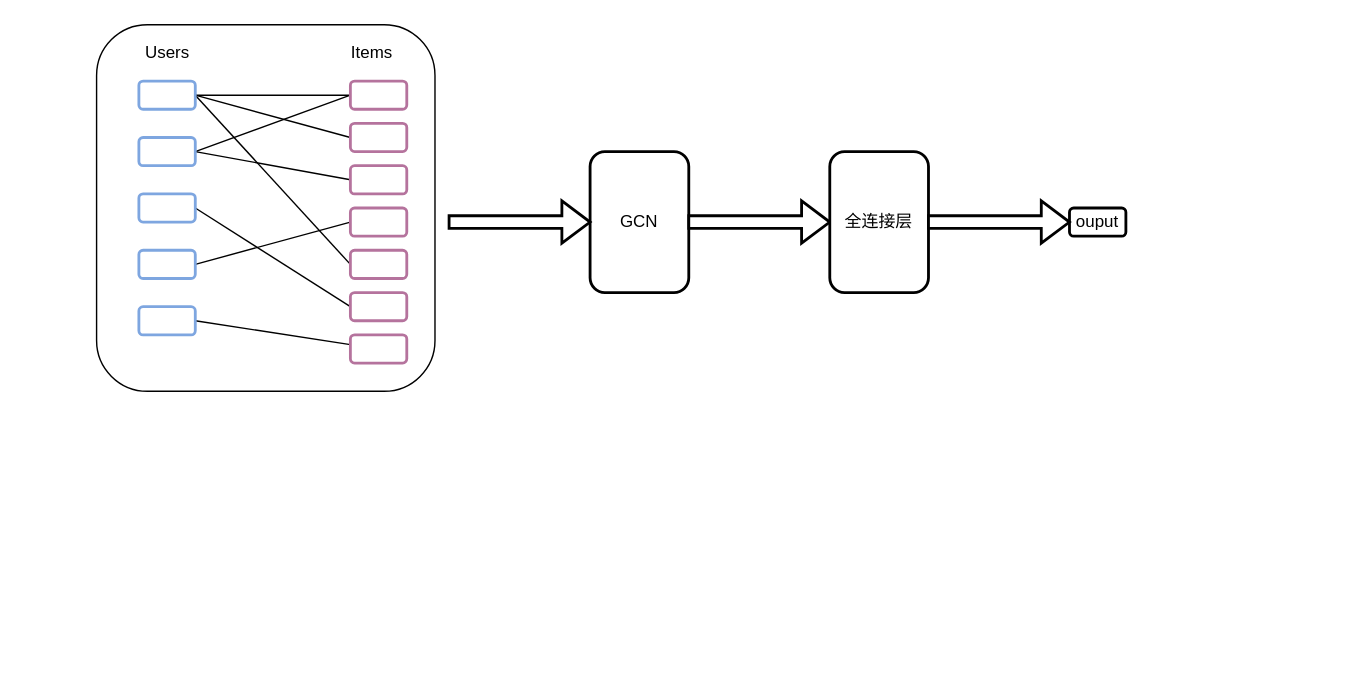
Above: GCN.drawio in hqius/draw (draw.io), before the change. Source tidied: cells renumbered, new cells numbered last; positions are measured from the earlier drawing's top-left corner, leaving out a move shared by most shapes. Both pictures are drawn from the tidied source at 141%, with x=0, y=0 at pixel (96, 24).
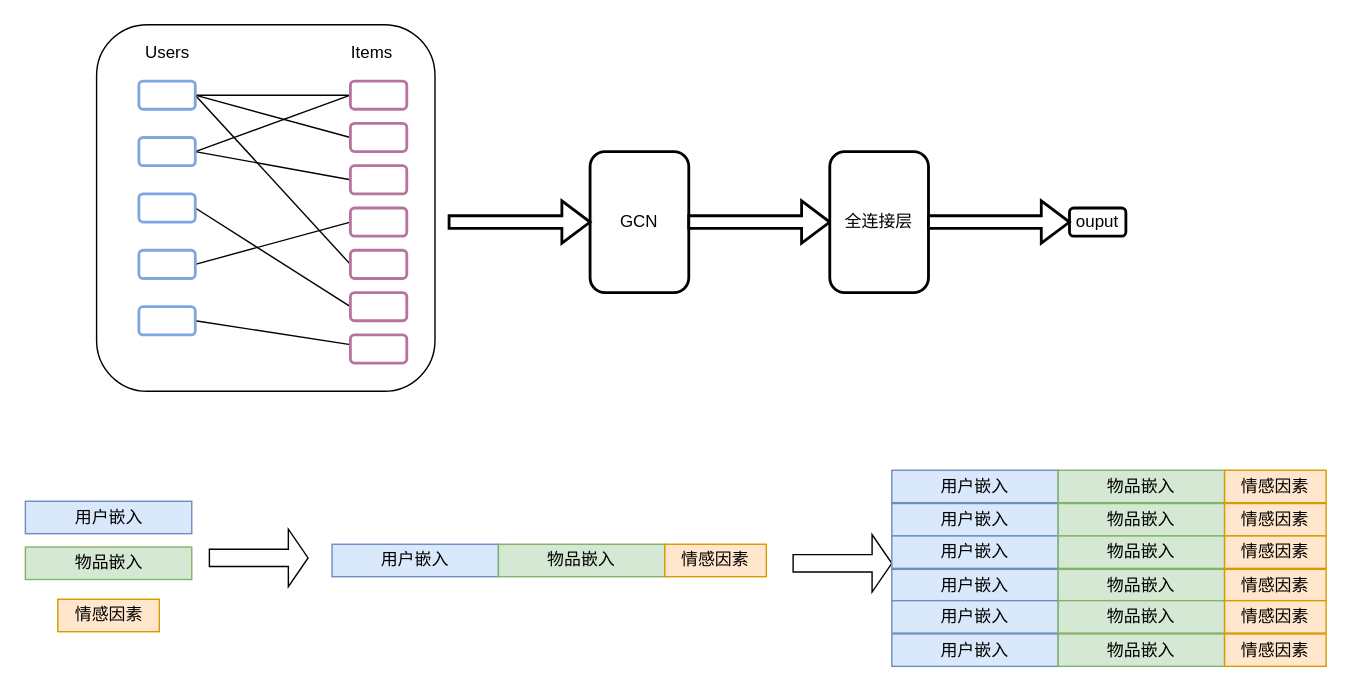
Above is the later version.

Diff of the diagram source:
```diff
@@
+    <mxCell id="31" value="用户嵌入" style="rounded=0;whiteSpace=wrap;html=1;fillColor=#dae8fc;strokeColor=#6c8ebf;" parent="1" vertex="1">
+      <mxGeometry x="167" y="368.5" width="118" height="23" as="geometry" />
+    </mxCell>
+    <mxCell id="32" value="物品嵌入" style="rounded=0;whiteSpace=wrap;html=1;fillColor=#d5e8d4;strokeColor=#82b366;" parent="1" vertex="1">
+      <mxGeometry x="285" y="368.5" width="118" height="23" as="geometry" />
+    </mxCell>
+    <mxCell id="33" value="情感因素" style="rounded=0;whiteSpace=wrap;html=1;fillColor=#ffe6cc;strokeColor=#d79b00;" parent="1" vertex="1">
+      <mxGeometry x="403" y="368.5" width="72" height="23" as="geometry" />
+    </mxCell>
+    <mxCell id="34" value="用户嵌入" style="rounded=0;whiteSpace=wrap;html=1;fillColor=#dae8fc;strokeColor=#6c8ebf;" parent="1" vertex="1">
+      <mxGeometry x="-50.5" y="338" width="118" height="23" as="geometry" />
+    </mxCell>
+    <mxCell id="35" value="物品嵌入" style="rounded=0;whiteSpace=wrap;html=1;fillColor=#d5e8d4;strokeColor=#82b366;" parent="1" vertex="1">
+      <mxGeometry x="-50.5" y="370.5" width="118" height="23" as="geometry" />
+    </mxCell>
+    <mxCell id="36" value="情感因素" style="rounded=0;whiteSpace=wrap;html=1;fillColor=#ffe6cc;strokeColor=#d79b00;" parent="1" vertex="1">
+      <mxGeometry x="-27.5" y="407.5" width="72" height="23" as="geometry" />
+    </mxCell>
+    <mxCell id="37" style="shape=singleArrow;whiteSpace=wrap;html=1;" parent="1" vertex="1">
+      <mxGeometry x="80" y="357.8" width="70" height="40.8" as="geometry" />
+    </mxCell>
+    <mxCell id="38" style="shape=singleArrow;whiteSpace=wrap;html=1;" parent="1" vertex="1">
+      <mxGeometry x="494" y="361.6" width="70" height="40.8" as="geometry" />
+    </mxCell>
+    <mxCell id="39" value="用户嵌入" style="rounded=0;whiteSpace=wrap;html=1;fillColor=#dae8fc;strokeColor=#6c8ebf;" parent="1" vertex="1">
+      <mxGeometry x="564" y="316" width="118" height="23" as="geometry" />
+    </mxCell>
+    <mxCell id="40" value="物品嵌入" style="rounded=0;whiteSpace=wrap;html=1;fillColor=#d5e8d4;strokeColor=#82b366;" parent="1" vertex="1">
+      <mxGeometry x="682" y="316" width="118" height="23" as="geometry" />
+    </mxCell>
+    <mxCell id="41" value="情感因素" style="rounded=0;whiteSpace=wrap;html=1;fillColor=#ffe6cc;strokeColor=#d79b00;" parent="1" vertex="1">
+      <mxGeometry x="800" y="316" width="72" height="23" as="geometry" />
+    </mxCell>
+    <mxCell id="42" value="用户嵌入" style="rounded=0;whiteSpace=wrap;html=1;fillColor=#dae8fc;strokeColor=#6c8ebf;" parent="1" vertex="1">
+      <mxGeometry x="564" y="339.6" width="118" height="23" as="geometry" />
+    </mxCell>
+    <mxCell id="43" value="物品嵌入" style="rounded=0;whiteSpace=wrap;html=1;fillColor=#d5e8d4;strokeColor=#82b366;" parent="1" vertex="1">
+      <mxGeometry x="682" y="339.6" width="118" height="23" as="geometry" />
+    </mxCell>
+    <mxCell id="44" value="情感因素" style="rounded=0;whiteSpace=wrap;html=1;fillColor=#ffe6cc;strokeColor=#d79b00;" parent="1" vertex="1">
+      <mxGeometry x="800" y="339.6" width="72" height="23" as="geometry" />
+    </mxCell>
+    <mxCell id="45" value="用户嵌入" style="rounded=0;whiteSpace=wrap;html=1;fillColor=#dae8fc;strokeColor=#6c8ebf;" parent="1" vertex="1">
+      <mxGeometry x="564" y="362.6" width="118" height="23" as="geometry" />
+    </mxCell>
+    <mxCell id="46" value="物品嵌入" style="rounded=0;whiteSpace=wrap;html=1;fillColor=#d5e8d4;strokeColor=#82b366;" parent="1" vertex="1">
+      <mxGeometry x="682" y="362.6" width="118" height="23" as="geometry" />
+    </mxCell>
+    <mxCell id="47" value="情感因素" style="rounded=0;whiteSpace=wrap;html=1;fillColor=#ffe6cc;strokeColor=#d79b00;" parent="1" vertex="1">
+      <mxGeometry x="800" y="362.6" width="72" height="23" as="geometry" />
+    </mxCell>
+    <mxCell id="48" value="用户嵌入" style="rounded=0;whiteSpace=wrap;html=1;fillColor=#dae8fc;strokeColor=#6c8ebf;" parent="1" vertex="1">
+      <mxGeometry x="564" y="386.3" width="118" height="23" as="geometry" />
+    </mxCell>
+    <mxCell id="49" value="物品嵌入" style="rounded=0;whiteSpace=wrap;html=1;fillColor=#d5e8d4;strokeColor=#82b366;" parent="1" vertex="1">
+      <mxGeometry x="682" y="386.3" width="118" height="23" as="geometry" />
+    </mxCell>
+    <mxCell id="50" value="情感因素" style="rounded=0;whiteSpace=wrap;html=1;fillColor=#ffe6cc;strokeColor=#d79b00;" parent="1" vertex="1">
+      <mxGeometry x="800" y="386.3" width="72" height="23" as="geometry" />
+    </mxCell>
+    <mxCell id="51" value="用户嵌入" style="rounded=0;whiteSpace=wrap;html=1;fillColor=#dae8fc;strokeColor=#6c8ebf;" parent="1" vertex="1">
+      <mxGeometry x="564" y="408.5" width="118" height="23" as="geometry" />
+    </mxCell>
+    <mxCell id="52" value="物品嵌入" style="rounded=0;whiteSpace=wrap;html=1;fillColor=#d5e8d4;strokeColor=#82b366;" parent="1" vertex="1">
+      <mxGeometry x="682" y="408.5" width="118" height="23" as="geometry" />
+    </mxCell>
+    <mxCell id="53" value="情感因素" style="rounded=0;whiteSpace=wrap;html=1;fillColor=#ffe6cc;strokeColor=#d79b00;" parent="1" vertex="1">
+      <mxGeometry x="800" y="408.5" width="72" height="23" as="geometry" />
+    </mxCell>
+    <mxCell id="54" value="用户嵌入" style="rounded=0;whiteSpace=wrap;html=1;fillColor=#dae8fc;strokeColor=#6c8ebf;" parent="1" vertex="1">
+      <mxGeometry x="564" y="432.1" width="118" height="23" as="geometry" />
+    </mxCell>
+    <mxCell id="55" value="物品嵌入" style="rounded=0;whiteSpace=wrap;html=1;fillColor=#d5e8d4;strokeColor=#82b366;" parent="1" vertex="1">
+      <mxGeometry x="682" y="432.1" width="118" height="23" as="geometry" />
+    </mxCell>
+    <mxCell id="56" value="情感因素" style="rounded=0;whiteSpace=wrap;html=1;fillColor=#ffe6cc;strokeColor=#d79b00;" parent="1" vertex="1">
+      <mxGeometry x="800" y="432.1" width="72" height="23" as="geometry" />
+    </mxCell>
```
